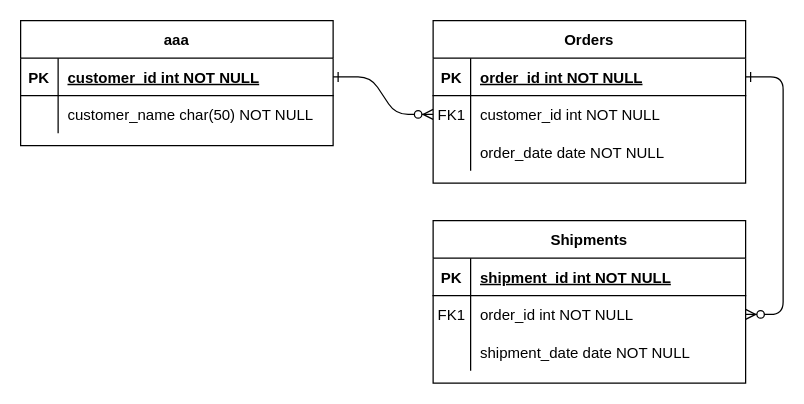
This is 名称未設定ファイル.drawio from umazkym/tech0-Step3-38.5, a draw.io file, before an edit. Source tidied: cells renumbered, new cells numbered last; positions are measured from the earlier drawing's top-left corner, leaving out a move shared by most shapes. Both pictures are drawn from the tidied source at 125%, with x=0, y=0 at pixel (20, 20).
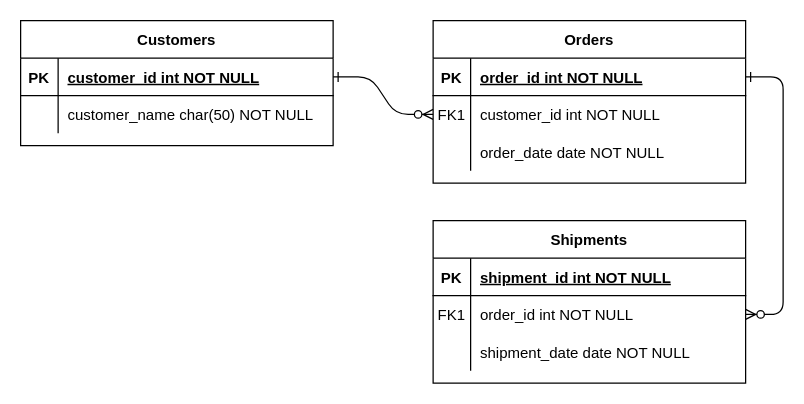
The same page after the edit.

What changed in the source:
```diff
@@
-    <mxCell id="24" value="aaa" style="shape=table;startSize=30;childLayout=tableLayout;rowLines=0;fontStyle=1;align=center;" parent="1" vertex="1">
+    <mxCell id="24" value="Customers" style="shape=table;startSize=30;childLayout=tableLayout;rowLines=0;fontStyle=1;align=center;" parent="1" vertex="1">
       <mxGeometry width="250" height="100" as="geometry" />
     </mxCell>
```
